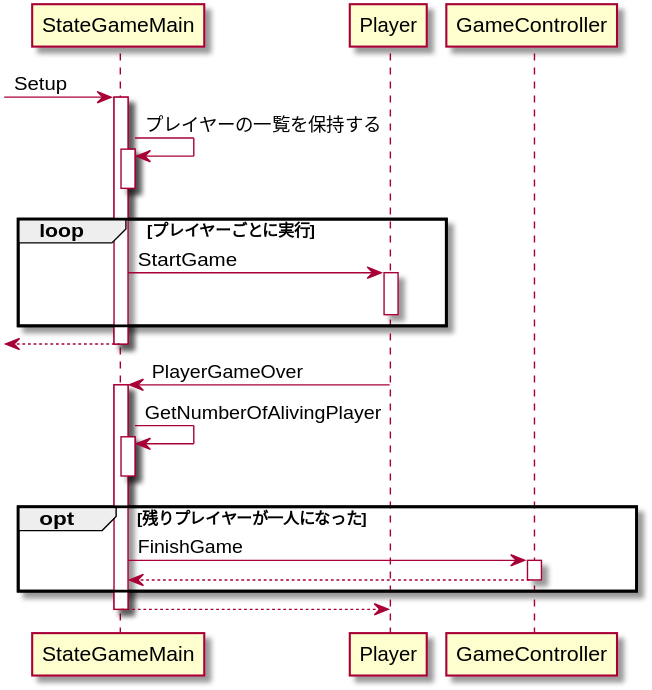
azarashin/UnityTetris keeps this PlantUML diagram as plant_uml/SQD_StateGameMain.svg. Above is the earlier version. The source it was exported from:
```plantuml
@startuml


[-> StateGameMain : Setup
activate StateGameMain
    StateGameMain -> StateGameMain : プレイヤーの一覧を保持する
    activate StateGameMain
    deactivate StateGameMain
    loop プレイヤーごとに実行
        StateGameMain -> Player : StartGame
        activate Player
        deactivate Player
    end
    [<-- StateGameMain
deactivate StateGameMain

Player -> StateGameMain : PlayerGameOver
activate StateGameMain
    StateGameMain -> StateGameMain : GetNumberOfAlivingPlayer
    activate StateGameMain
    deactivate StateGameMain
    opt 残りプレイヤーが一人になった
        StateGameMain -> GameController : FinishGame
        activate GameController
            StateGameMain <-- GameController
        deactivate GameController
    end
    Player <-- StateGameMain
deactivate StateGameMain

@enduml
```
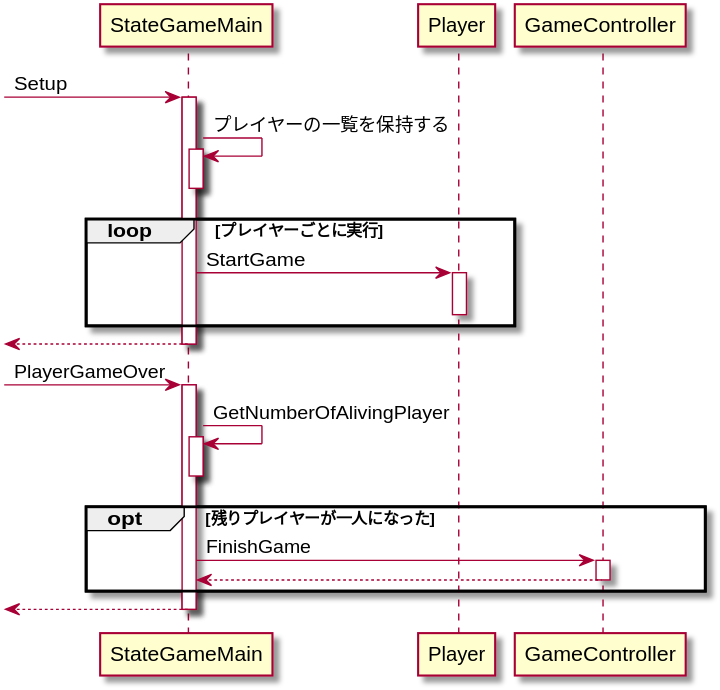
Later version of the same file.

What changed in the source:
```diff
@@ -14,7 +14,7 @@
     [<-- StateGameMain
 deactivate StateGameMain
 
-Player -> StateGameMain : PlayerGameOver
+[-> StateGameMain : PlayerGameOver
 activate StateGameMain
     StateGameMain -> StateGameMain : GetNumberOfAlivingPlayer
     activate StateGameMain
@@ -25,7 +25,7 @@
             StateGameMain <-- GameController
         deactivate GameController
     end
-    Player <-- StateGameMain
+    [<-- StateGameMain
 deactivate StateGameMain
 
 @enduml
```
